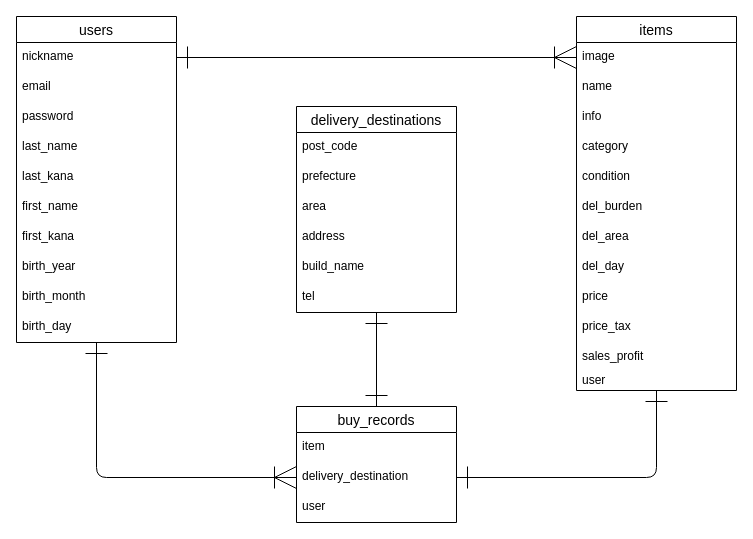
Earlier version of the draw.io diagram furima-39906.dio (subaru25801245/furima-39906). Source tidied: cells renumbered, new cells numbered last; positions are measured from the earlier drawing's top-left corner, leaving out a move shared by most shapes. Both pictures are drawn from the tidied source at 100%, with x=0, y=0 at pixel (16, 16).
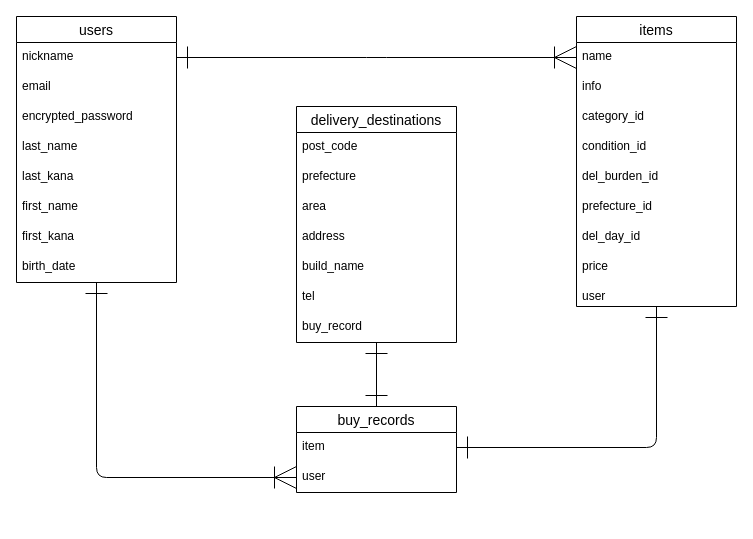
The same page after the edit.

Commit message (it also covers changes not shown here):
データベース設計(修正)

Unchanged cells that the change refers to:
```xml
<mxCell id="4" value="nickname" style="text;strokeColor=none;fillColor=none;spacingLeft=4;spacingRight=4;overflow=hidden;points=[[0,0.5],[1,0.5]];portConstraint=eastwest;fontSize=12;" parent="3" vertex="1">
  <mxGeometry y="26" width="160" height="30" as="geometry" />
</mxCell>
<mxCell id="37" value="item" style="text;strokeColor=none;fillColor=none;spacingLeft=4;spacingRight=4;overflow=hidden;points=[[0,0.5],[1,0.5]];portConstraint=eastwest;fontSize=12;" parent="36" vertex="1">
  <mxGeometry y="26" width="160" height="30" as="geometry" />
</mxCell>
```

What changed in the source:
```diff
@@
-    <mxCell id="2" style="edgeStyle=orthogonalEdgeStyle;jumpSize=18;html=1;entryX=0;entryY=0.5;entryDx=0;entryDy=0;startArrow=ERone;startFill=0;endArrow=ERoneToMany;endFill=0;startSize=20;endSize=20;" parent="1" edge="1" source="3" target="38">
+    <mxCell id="2" style="edgeStyle=orthogonalEdgeStyle;jumpSize=18;html=1;entryX=0;entryY=0.5;entryDx=0;entryDy=0;startArrow=ERone;startFill=0;endArrow=ERoneToMany;endFill=0;startSize=20;endSize=20;" parent="1" edge="1" source="3" target="39">
       <mxGeometry relative="1" as="geometry" />
     </mxCell>
     <mxCell id="3" value="users" style="swimlane;fontStyle=0;horizontal=1;startSize=26;align=center;fontSize=14;" parent="1" vertex="1">
-      <mxGeometry width="160" height="326" as="geometry" />
+      <mxGeometry width="160" height="266" as="geometry" />
     </mxCell>
@@
-    <mxCell id="6" value="password" style="text;strokeColor=none;fillColor=none;spacingLeft=4;spacingRight=4;overflow=hidden;fontSize=12;" parent="3" vertex="1">
+    <mxCell id="6" value="encrypted_password" style="text;strokeColor=none;fillColor=none;spacingLeft=4;spacingRight=4;overflow=hidden;fontSize=12;" parent="3" vertex="1">
       <mxGeometry y="86" width="160" height="30" as="geometry" />
     </mxCell>
@@
-    <mxCell id="11" value="birth_year" style="text;strokeColor=none;fillColor=none;spacingLeft=4;spacingRight=4;overflow=hidden;fontSize=12;" parent="3" vertex="1">
-      <mxGeometry y="236" width="160" height="30" as="geometry" />
-    </mxCell>
-    <mxCell id="12" value="birth_month" style="text;strokeColor=none;fillColor=none;spacingLeft=4;spacingRight=4;overflow=hidden;fontSize=12;" parent="3" vertex="1">
-      <mxGeometry y="266" width="160" height="30" as="geometry" />
-    </mxCell>
-    <mxCell id="13" value="birth_day" style="text;strokeColor=none;fillColor=none;spacingLeft=4;spacingRight=4;overflow=hidden;fontSize=12;" parent="3" vertex="1">
-      <mxGeometry y="296" width="160" height="30" as="geometry" />
+    <mxCell id="13" value="birth_date" style="text;strokeColor=none;fillColor=none;spacingLeft=4;spacingRight=4;overflow=hidden;fontSize=12;" parent="3" vertex="1">
+      <mxGeometry y="236" width="160" height="30" as="geometry" />
     </mxCell>
-    <mxCell id="14" style="edgeStyle=orthogonalEdgeStyle;jumpSize=18;html=1;entryX=1;entryY=0.5;entryDx=0;entryDy=0;startArrow=ERone;startFill=0;endArrow=ERone;endFill=0;startSize=20;endSize=20;" parent="1" edge="1" source="15" target="38">
+    <mxCell id="14" style="edgeStyle=orthogonalEdgeStyle;jumpSize=18;html=1;entryX=1;entryY=0.5;entryDx=0;entryDy=0;startArrow=ERone;startFill=0;endArrow=ERone;endFill=0;startSize=20;endSize=20;" parent="1" edge="1" source="15" target="37">
       <mxGeometry relative="1" as="geometry" />
     </mxCell>
     <mxCell id="15" value="items" style="swimlane;fontStyle=0;horizontal=1;startSize=26;align=center;fontSize=14;" parent="1" vertex="1">
-      <mxGeometry x="560" width="160" height="374" as="geometry" />
+      <mxGeometry x="560" width="160" height="290" as="geometry" />
     </mxCell>
-    <mxCell id="16" value="image" style="text;strokeColor=none;fillColor=none;spacingLeft=4;spacingRight=4;overflow=hidden;points=[[0,0.5],[1,0.5]];portConstraint=eastwest;fontSize=12;" parent="15" vertex="1">
-      <mxGeometry y="26" width="160" height="30" as="geometry" />
-    </mxCell>
     <mxCell id="17" value="name" style="text;strokeColor=none;fillColor=none;spacingLeft=4;spacingRight=4;overflow=hidden;fontSize=12;" parent="15" vertex="1">
-      <mxGeometry y="56" width="160" height="30" as="geometry" />
+      <mxGeometry y="26" width="160" height="30" as="geometry" />
     </mxCell>
     <mxCell id="18" value="info" style="text;strokeColor=none;fillColor=none;spacingLeft=4;spacingRight=4;overflow=hidden;fontSize=12;" parent="15" vertex="1">
-      <mxGeometry y="86" width="160" height="30" as="geometry" />
+      <mxGeometry y="56" width="160" height="30" as="geometry" />
     </mxCell>
-    <mxCell id="19" value="category" style="text;strokeColor=none;fillColor=none;spacingLeft=4;spacingRight=4;overflow=hidden;fontSize=12;" parent="15" vertex="1">
-      <mxGeometry y="116" width="160" height="30" as="geometry" />
+    <mxCell id="19" value="category_id" style="text;strokeColor=none;fillColor=none;spacingLeft=4;spacingRight=4;overflow=hidden;fontSize=12;" parent="15" vertex="1">
+      <mxGeometry y="86" width="160" height="30" as="geometry" />
     </mxCell>
-    <mxCell id="20" value="condition" style="text;strokeColor=none;fillColor=none;spacingLeft=4;spacingRight=4;overflow=hidden;fontSize=12;" parent="15" vertex="1">
-      <mxGeometry y="146" width="160" height="30" as="geometry" />
+    <mxCell id="20" value="condition_id" style="text;strokeColor=none;fillColor=none;spacingLeft=4;spacingRight=4;overflow=hidden;fontSize=12;" parent="15" vertex="1">
+      <mxGeometry y="116" width="160" height="30" as="geometry" />
     </mxCell>
-    <mxCell id="21" value="del_burden" style="text;strokeColor=none;fillColor=none;spacingLeft=4;spacingRight=4;overflow=hidden;fontSize=12;" parent="15" vertex="1">
-      <mxGeometry y="176" width="160" height="30" as="geometry" />
+    <mxCell id="21" value="del_burden_id" style="text;strokeColor=none;fillColor=none;spacingLeft=4;spacingRight=4;overflow=hidden;fontSize=12;" parent="15" vertex="1">
+      <mxGeometry y="146" width="160" height="30" as="geometry" />
     </mxCell>
-    <mxCell id="22" value="del_area" style="text;strokeColor=none;fillColor=none;spacingLeft=4;spacingRight=4;overflow=hidden;fontSize=12;" parent="15" vertex="1">
-      <mxGeometry y="206" width="160" height="30" as="geometry" />
+    <mxCell id="22" value="prefecture_id" style="text;strokeColor=none;fillColor=none;spacingLeft=4;spacingRight=4;overflow=hidden;fontSize=12;" parent="15" vertex="1">
+      <mxGeometry y="176" width="160" height="30" as="geometry" />
     </mxCell>
-    <mxCell id="23" value="del_day" style="text;strokeColor=none;fillColor=none;spacingLeft=4;spacingRight=4;overflow=hidden;fontSize=12;" parent="15" vertex="1">
-      <mxGeometry y="236" width="160" height="30" as="geometry" />
+    <mxCell id="23" value="del_day_id" style="text;strokeColor=none;fillColor=none;spacingLeft=4;spacingRight=4;overflow=hidden;fontSize=12;" parent="15" vertex="1">
+      <mxGeometry y="206" width="160" height="30" as="geometry" />
     </mxCell>
     <mxCell id="24" value="price" style="text;strokeColor=none;fillColor=none;spacingLeft=4;spacingRight=4;overflow=hidden;fontSize=12;" parent="15" vertex="1">
-      <mxGeometry y="266" width="160" height="30" as="geometry" />
+      <mxGeometry y="236" width="160" height="30" as="geometry" />
     </mxCell>
-    <mxCell id="25" value="price_tax" style="text;strokeColor=none;fillColor=none;spacingLeft=4;spacingRight=4;overflow=hidden;fontSize=12;" parent="15" vertex="1">
-      <mxGeometry y="296" width="160" height="30" as="geometry" />
-    </mxCell>
-    <mxCell id="26" value="sales_profit" style="text;strokeColor=none;fillColor=none;spacingLeft=4;spacingRight=4;overflow=hidden;fontSize=12;" parent="15" vertex="1">
-      <mxGeometry y="326" width="160" height="24" as="geometry" />
-    </mxCell>
     <mxCell id="27" value="user" style="text;strokeColor=none;fillColor=none;spacingLeft=4;spacingRight=4;overflow=hidden;fontSize=12;" parent="15" vertex="1">
-      <mxGeometry y="350" width="160" height="24" as="geometry" />
+      <mxGeometry y="266" width="160" height="24" as="geometry" />
     </mxCell>
@@
     <mxCell id="29" value="delivery_destinations" style="swimlane;fontStyle=0;horizontal=1;startSize=26;align=center;fontSize=14;" parent="1" vertex="1">
-      <mxGeometry x="280" y="90" width="160" height="206" as="geometry" />
+      <mxGeometry x="280" y="90" width="160" height="236" as="geometry" />
     </mxCell>
@@
+    <mxCell id="41" value="buy_record" style="text;strokeColor=none;fillColor=none;spacingLeft=4;spacingRight=4;overflow=hidden;fontSize=12;" parent="29" vertex="1">
+      <mxGeometry y="206" width="160" height="30" as="geometry" />
+    </mxCell>
     <mxCell id="36" value="buy_records" style="swimlane;fontStyle=0;horizontal=1;startSize=26;align=center;fontSize=14;" parent="1" vertex="1">
-      <mxGeometry x="280" y="390" width="160" height="116" as="geometry" />
+      <mxGeometry x="280" y="390" width="160" height="86" as="geometry" />
     </mxCell>
@@
-    <mxCell id="38" value="delivery_destination" style="text;strokeColor=none;fillColor=none;spacingLeft=4;spacingRight=4;overflow=hidden;points=[[0,0.5],[1,0.5]];portConstraint=eastwest;fontSize=12;" parent="36" vertex="1">
-      <mxGeometry y="56" width="160" height="30" as="geometry" />
-    </mxCell>
     <mxCell id="39" value="user" style="text;strokeColor=none;fillColor=none;spacingLeft=4;spacingRight=4;overflow=hidden;points=[[0,0.5],[1,0.5]];portConstraint=eastwest;fontSize=12;" parent="36" vertex="1">
-      <mxGeometry y="86" width="160" height="30" as="geometry" />
+      <mxGeometry y="56" width="160" height="30" as="geometry" />
     </mxCell>
-    <mxCell id="40" style="edgeStyle=orthogonalEdgeStyle;jumpSize=18;html=1;entryX=0;entryY=0.5;entryDx=0;entryDy=0;startArrow=ERone;startFill=0;endArrow=ERoneToMany;endFill=0;startSize=20;endSize=20;" parent="1" edge="1" source="4" target="16">
-      <mxGeometry relative="1" as="geometry" />
+    <mxCell id="40" style="edgeStyle=orthogonalEdgeStyle;jumpSize=18;html=1;entryX=0;entryY=0.5;entryDx=0;entryDy=0;startArrow=ERone;startFill=0;endArrow=ERoneToMany;endFill=0;startSize=20;endSize=20;" parent="1" edge="1" source="4">
+      <mxGeometry relative="1" as="geometry">
+        <mxPoint x="560" y="41" as="targetPoint" />
+      </mxGeometry>
     </mxCell>
```
